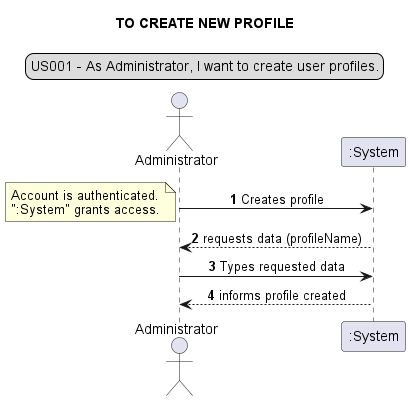
The PlantUML diagram docs/requirements_gathering/system_sequence_diagrams/sprint01/SSD_US001.png in Loracline/project_switch_22-23, before a commit. Source of this version:
```plantuml
@startuml
skinparam sequenceMessageAlign center
title TO CREATE NEW PROFILE
legend top
US001 - As Administrator, I want to create user profiles.
end legend
autonumber
actor Administrator
Administrator  -> ":System": Creates profile
note left
Account is authenticated.
":System" grants access.
end note
":System" --> Administrator: requests data (profileName)
Administrator -> ":System": Types requested data
":System" --> Administrator: informs profile created
@enduml
```
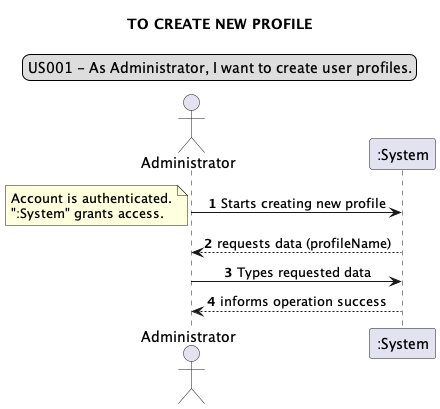
Above is the later version.

Commit message:
No US number: Design: SSD's | Update System Sequence Diagram and png files according to new version

Change to the diagram source:
```diff
@@ -6,12 +6,12 @@
 end legend
 autonumber
 actor Administrator
-Administrator  -> ":System": Creates profile
+Administrator  -> ":System": Starts creating new profile
 note left
 Account is authenticated.
 ":System" grants access.
 end note
 ":System" --> Administrator: requests data (profileName)
 Administrator -> ":System": Types requested data
-":System" --> Administrator: informs profile created
+":System" --> Administrator: informs operation success
 @enduml
```
